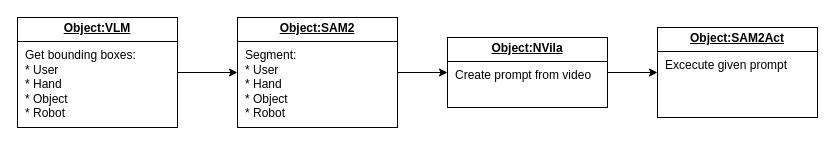
This is demos/Plan.drawio from GreatSharky/dippa-codes, a draw.io file, before an edit. Source tidied: cells renumbered, new cells numbered last; positions are measured from the earlier drawing's top-left corner, leaving out a move shared by most shapes. Both pictures are drawn from the tidied source at 100%, with x=0, y=0 at pixel (17, 17).
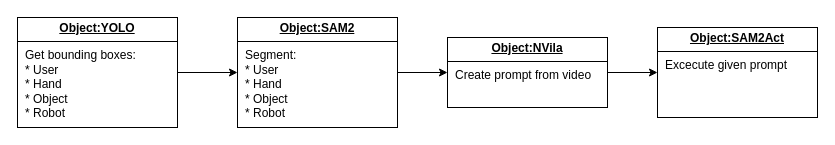
After the change.

The edit, as a diff of the source:
```diff
@@
 <mxGraphModel>
   <root>
     <mxCell id="0" />
     <mxCell id="1" parent="0" />
     <mxCell id="2" style="edgeStyle=orthogonalEdgeStyle;rounded=0;jettySize=auto;html=1;" parent="1" edge="1" source="3" target="5">
       <mxGeometry relative="1" as="geometry" />
     </mxCell>
     <mxCell id="3" value="&lt;p style=&quot;margin:0px;margin-top:4px;text-align:center;text-decoration:underline;&quot;&gt;&lt;b&gt;Object:SAM2&lt;/b&gt;&lt;/p&gt;&lt;hr size=&quot;1&quot; style=&quot;border-style:solid;&quot;&gt;&lt;p style=&quot;margin:0px;margin-left:8px;&quot;&gt;Segment:&lt;/p&gt;&lt;p style=&quot;margin:0px;margin-left:8px;&quot;&gt;* User&lt;/p&gt;&lt;p style=&quot;margin:0px;margin-left:8px;&quot;&gt;* Hand&lt;/p&gt;&lt;p style=&quot;margin:0px;margin-left:8px;&quot;&gt;* Object&lt;/p&gt;&lt;p style=&quot;margin:0px;margin-left:8px;&quot;&gt;* Robot&lt;/p&gt;" style="verticalAlign=top;align=left;overflow=fill;html=1;whiteSpace=wrap;" parent="1" vertex="1">
       <mxGeometry x="220" width="160" height="110" as="geometry" />
     </mxCell>
     <mxCell id="4" style="edgeStyle=orthogonalEdgeStyle;rounded=0;jettySize=auto;html=1;" parent="1" edge="1" source="5" target="6">
       <mxGeometry relative="1" as="geometry" />
     </mxCell>
     <mxCell id="5" value="&lt;p style=&quot;margin:0px;margin-top:4px;text-align:center;text-decoration:underline;&quot;&gt;&lt;b&gt;Object:NVila&lt;/b&gt;&lt;/p&gt;&lt;hr size=&quot;1&quot; style=&quot;border-style:solid;&quot;&gt;&lt;p style=&quot;margin:0px;margin-left:8px;&quot;&gt;&lt;span style=&quot;background-color: transparent; color: light-dark(rgb(0, 0, 0), rgb(255, 255, 255));&quot;&gt;Create prompt from video&lt;/span&gt;&lt;/p&gt;" style="verticalAlign=top;align=left;overflow=fill;html=1;whiteSpace=wrap;" parent="1" vertex="1">
       <mxGeometry x="430" y="20" width="160" height="70" as="geometry" />
     </mxCell>
     <mxCell id="6" value="&lt;p style=&quot;margin:0px;margin-top:4px;text-align:center;text-decoration:underline;&quot;&gt;&lt;b&gt;Object:SAM2Act&lt;/b&gt;&lt;/p&gt;&lt;hr size=&quot;1&quot; style=&quot;border-style:solid;&quot;&gt;&lt;p style=&quot;margin:0px;margin-left:8px;&quot;&gt;&lt;span style=&quot;background-color: transparent; color: light-dark(rgb(0, 0, 0), rgb(255, 255, 255));&quot;&gt;Excecute given prompt&lt;/span&gt;&lt;/p&gt;" style="verticalAlign=top;align=left;overflow=fill;html=1;whiteSpace=wrap;" parent="1" vertex="1">
       <mxGeometry x="640" y="10" width="160" height="90" as="geometry" />
     </mxCell>
     <mxCell id="7" style="edgeStyle=orthogonalEdgeStyle;rounded=0;jettySize=auto;html=1;" parent="1" edge="1" source="8" target="3">
       <mxGeometry relative="1" as="geometry" />
     </mxCell>
-    <mxCell id="8" value="&lt;p style=&quot;margin:0px;margin-top:4px;text-align:center;text-decoration:underline;&quot;&gt;&lt;b&gt;Object:VLM&lt;/b&gt;&lt;/p&gt;&lt;hr size=&quot;1&quot; style=&quot;border-style:solid;&quot;&gt;&lt;p style=&quot;margin:0px;margin-left:8px;&quot;&gt;Get bounding boxes:&lt;/p&gt;&lt;p style=&quot;margin:0px;margin-left:8px;&quot;&gt;* User&lt;/p&gt;&lt;p style=&quot;margin:0px;margin-left:8px;&quot;&gt;* Hand&lt;/p&gt;&lt;p style=&quot;margin:0px;margin-left:8px;&quot;&gt;* Object&lt;/p&gt;&lt;p style=&quot;margin:0px;margin-left:8px;&quot;&gt;* Robot&lt;/p&gt;" style="verticalAlign=top;align=left;overflow=fill;html=1;whiteSpace=wrap;" parent="1" vertex="1">
+    <mxCell id="8" value="&lt;p style=&quot;margin:0px;margin-top:4px;text-align:center;text-decoration:underline;&quot;&gt;&lt;b&gt;Object:YOLO&lt;/b&gt;&lt;/p&gt;&lt;hr size=&quot;1&quot; style=&quot;border-style:solid;&quot;&gt;&lt;p style=&quot;margin:0px;margin-left:8px;&quot;&gt;Get bounding boxes:&lt;/p&gt;&lt;p style=&quot;margin:0px;margin-left:8px;&quot;&gt;* User&lt;/p&gt;&lt;p style=&quot;margin:0px;margin-left:8px;&quot;&gt;* Hand&lt;/p&gt;&lt;p style=&quot;margin:0px;margin-left:8px;&quot;&gt;* Object&lt;/p&gt;&lt;p style=&quot;margin:0px;margin-left:8px;&quot;&gt;* Robot&lt;/p&gt;" style="verticalAlign=top;align=left;overflow=fill;html=1;whiteSpace=wrap;" parent="1" vertex="1">
       <mxGeometry width="160" height="110" as="geometry" />
     </mxCell>
   </root>
 </mxGraphModel>
```
